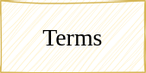
Before: diagrams/terms/aggregate.svg, a diagram exported from draw.io (gudfhr95/micro-ecommerce). Source tidied: cells renumbered, new cells last; positions are measured from the earlier drawing's top-left corner, leaving out a move shared by most shapes. Source of this version:
```xml
<mxGraphModel>
  <root>
    <mxCell id="0" />
    <mxCell id="1" parent="0" />
    <mxCell id="2" value="Terms" style="rounded=0;whiteSpace=wrap;html=1;sketch=1;hachureGap=4;jiggle=2;curveFitting=1;fontFamily=Architects Daughter;fontSource=https%3A%2F%2Ffonts.googleapis.com%2Fcss%3Ffamily%3DArchitects%2BDaughter;fontSize=20;fillColor=#fff2cc;strokeColor=#d6b656;" parent="1" vertex="1">
      <mxGeometry width="120" height="60" as="geometry" />
    </mxCell>
  </root>
</mxGraphModel>
```
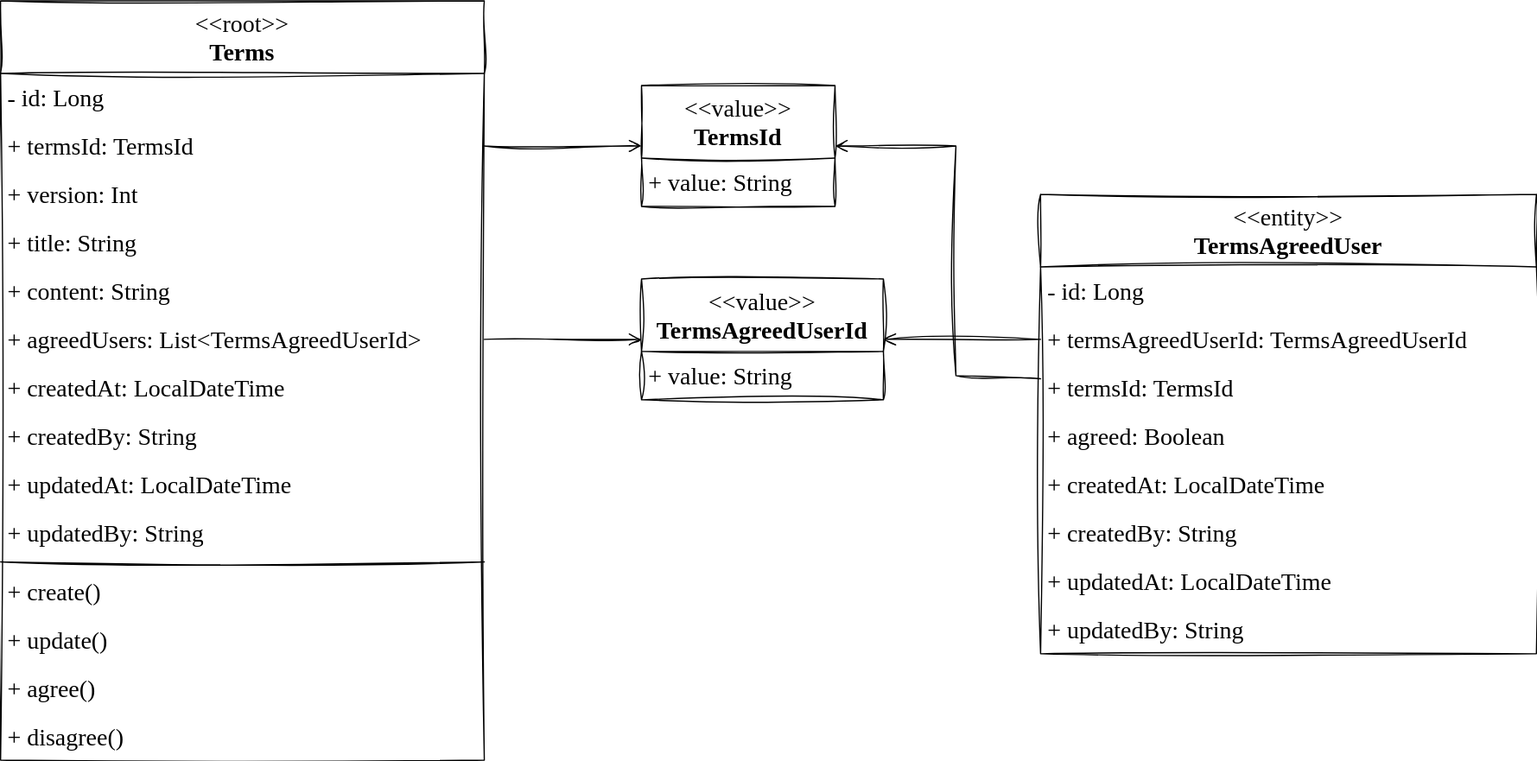
The same diagram one commit later.

Diff of the diagram source:
```diff
@@ -2,8 +2,109 @@
   <root>
     <mxCell id="0" />
     <mxCell id="1" parent="0" />
-    <mxCell id="2" value="Terms" style="rounded=0;whiteSpace=wrap;html=1;sketch=1;hachureGap=4;jiggle=2;curveFitting=1;fontFamily=Architects Daughter;fontSource=https%3A%2F%2Ffonts.googleapis.com%2Fcss%3Ffamily%3DArchitects%2BDaughter;fontSize=20;fillColor=#fff2cc;strokeColor=#d6b656;" parent="1" vertex="1">
-      <mxGeometry width="120" height="60" as="geometry" />
-    </mxCell>
+    <mxCell id="3" value="&amp;lt;&amp;lt;root&amp;gt;&amp;gt;&lt;br&gt;&lt;b&gt;Terms&lt;/b&gt;" style="swimlane;fontStyle=0;align=center;verticalAlign=top;horizontal=1;startSize=60;html=1;whiteSpace=wrap;sketch=1;hachureGap=4;jiggle=2;curveFitting=1;fontFamily=Architects Daughter;fontSource=https%3A%2F%2Ffonts.googleapis.com%2Fcss%3Ffamily%3DArchitects%2BDaughter;fontSize=20;" parent="1" vertex="1">
+      <mxGeometry x="-260" y="150" width="400" height="628" as="geometry" />
+    </mxCell>
+    <mxCell id="4" value="- id: Long" style="text;html=1;strokeColor=none;fillColor=none;align=left;verticalAlign=middle;spacingLeft=4;spacingRight=4;overflow=hidden;whiteSpace=wrap;fontSize=20;fontFamily=Architects Daughter;" parent="3" vertex="1">
+      <mxGeometry y="60" width="400" height="40" as="geometry" />
+    </mxCell>
+    <mxCell id="5" value="+ termsId: TermsId" style="text;html=1;strokeColor=none;fillColor=none;align=left;verticalAlign=middle;spacingLeft=4;spacingRight=4;overflow=hidden;points=[[0,0.5],[1,0.5]];portConstraint=eastwest;whiteSpace=wrap;fontSize=20;fontFamily=Architects Daughter;" parent="3" vertex="1">
+      <mxGeometry y="100" width="400" height="40" as="geometry" />
+    </mxCell>
+    <mxCell id="6" value="+ version: Int" style="text;html=1;strokeColor=none;fillColor=none;align=left;verticalAlign=middle;spacingLeft=4;spacingRight=4;overflow=hidden;whiteSpace=wrap;fontSize=20;fontFamily=Architects Daughter;" parent="3" vertex="1">
+      <mxGeometry y="140" width="400" height="40" as="geometry" />
+    </mxCell>
+    <mxCell id="7" value="+ title: String" style="text;html=1;strokeColor=none;fillColor=none;align=left;verticalAlign=middle;spacingLeft=4;spacingRight=4;overflow=hidden;whiteSpace=wrap;fontSize=20;fontFamily=Architects Daughter;" parent="3" vertex="1">
+      <mxGeometry y="180" width="400" height="40" as="geometry" />
+    </mxCell>
+    <mxCell id="8" value="+ content: String" style="text;html=1;strokeColor=none;fillColor=none;align=left;verticalAlign=middle;spacingLeft=4;spacingRight=4;overflow=hidden;whiteSpace=wrap;fontSize=20;fontFamily=Architects Daughter;" parent="3" vertex="1">
+      <mxGeometry y="220" width="400" height="40" as="geometry" />
+    </mxCell>
+    <mxCell id="9" value="+ agreedUsers: List&amp;lt;TermsAgreedUserId&amp;gt;" style="text;html=1;strokeColor=none;fillColor=none;align=left;verticalAlign=middle;spacingLeft=4;spacingRight=4;overflow=hidden;points=[[0,0.5],[1,0.5]];portConstraint=eastwest;whiteSpace=wrap;fontSize=20;fontFamily=Architects Daughter;" parent="3" vertex="1">
+      <mxGeometry y="260" width="400" height="40" as="geometry" />
+    </mxCell>
+    <mxCell id="10" value="+ createdAt: LocalDateTime" style="text;html=1;strokeColor=none;fillColor=none;align=left;verticalAlign=middle;spacingLeft=4;spacingRight=4;overflow=hidden;whiteSpace=wrap;fontSize=20;fontFamily=Architects Daughter;" parent="3" vertex="1">
+      <mxGeometry y="300" width="400" height="40" as="geometry" />
+    </mxCell>
+    <mxCell id="11" value="+ createdBy: String" style="text;html=1;strokeColor=none;fillColor=none;align=left;verticalAlign=middle;spacingLeft=4;spacingRight=4;overflow=hidden;whiteSpace=wrap;fontSize=20;fontFamily=Architects Daughter;" parent="3" vertex="1">
+      <mxGeometry y="340" width="400" height="40" as="geometry" />
+    </mxCell>
+    <mxCell id="12" value="+ updatedAt: LocalDateTime" style="text;html=1;strokeColor=none;fillColor=none;align=left;verticalAlign=middle;spacingLeft=4;spacingRight=4;overflow=hidden;whiteSpace=wrap;fontSize=20;fontFamily=Architects Daughter;" parent="3" vertex="1">
+      <mxGeometry y="380" width="400" height="40" as="geometry" />
+    </mxCell>
+    <mxCell id="13" value="+ updatedBy: String" style="text;html=1;strokeColor=none;fillColor=none;align=left;verticalAlign=middle;spacingLeft=4;spacingRight=4;overflow=hidden;whiteSpace=wrap;fontSize=20;fontFamily=Architects Daughter;" parent="3" vertex="1">
+      <mxGeometry y="420" width="400" height="40" as="geometry" />
+    </mxCell>
+    <mxCell id="14" style="line;strokeWidth=1;fillColor=none;align=left;verticalAlign=middle;spacingTop=-1;spacingLeft=3;spacingRight=3;labelPosition=right;sketch=1;hachureGap=4;jiggle=2;curveFitting=1;fontFamily=Architects Daughter;fontSource=https%3A%2F%2Ffonts.googleapis.com%2Fcss%3Ffamily%3DArchitects%2BDaughter;fontSize=20;" parent="3" vertex="1">
+      <mxGeometry y="460" width="400" height="8" as="geometry" />
+    </mxCell>
+    <mxCell id="15" value="+ create()" style="text;html=1;strokeColor=none;fillColor=none;align=left;verticalAlign=middle;spacingLeft=4;spacingRight=4;overflow=hidden;whiteSpace=wrap;fontSize=20;fontFamily=Architects Daughter;" parent="3" vertex="1">
+      <mxGeometry y="468" width="400" height="40" as="geometry" />
+    </mxCell>
+    <mxCell id="16" value="+ update()" style="text;html=1;strokeColor=none;fillColor=none;align=left;verticalAlign=middle;spacingLeft=4;spacingRight=4;overflow=hidden;whiteSpace=wrap;fontSize=20;fontFamily=Architects Daughter;" parent="3" vertex="1">
+      <mxGeometry y="508" width="400" height="40" as="geometry" />
+    </mxCell>
+    <mxCell id="17" value="+ agree()" style="text;html=1;strokeColor=none;fillColor=none;align=left;verticalAlign=middle;spacingLeft=4;spacingRight=4;overflow=hidden;whiteSpace=wrap;fontSize=20;fontFamily=Architects Daughter;" parent="3" vertex="1">
+      <mxGeometry y="548" width="400" height="40" as="geometry" />
+    </mxCell>
+    <mxCell id="18" value="+ disagree()" style="text;html=1;strokeColor=none;fillColor=none;align=left;verticalAlign=middle;spacingLeft=4;spacingRight=4;overflow=hidden;whiteSpace=wrap;fontSize=20;fontFamily=Architects Daughter;" parent="3" vertex="1">
+      <mxGeometry y="588" width="400" height="40" as="geometry" />
+    </mxCell>
+    <mxCell id="19" value="&amp;lt;&amp;lt;value&amp;gt;&amp;gt;&lt;br&gt;&lt;b&gt;TermsId&lt;/b&gt;" style="swimlane;fontStyle=0;align=center;verticalAlign=top;horizontal=1;startSize=60;html=1;whiteSpace=wrap;sketch=1;hachureGap=4;jiggle=2;curveFitting=1;fontFamily=Architects Daughter;fontSource=https%3A%2F%2Ffonts.googleapis.com%2Fcss%3Ffamily%3DArchitects%2BDaughter;fontSize=20;" parent="1" vertex="1">
+      <mxGeometry x="270" y="220" width="160" height="100" as="geometry" />
+    </mxCell>
+    <mxCell id="20" value="+ value: String" style="text;html=1;strokeColor=none;fillColor=none;align=left;verticalAlign=middle;spacingLeft=4;spacingRight=4;overflow=hidden;whiteSpace=wrap;fontSize=20;fontFamily=Architects Daughter;" parent="19" vertex="1">
+      <mxGeometry y="60" width="160" height="40" as="geometry" />
+    </mxCell>
+    <mxCell id="21" style="endArrow=open;startArrow=none;endFill=0;startFill=0;endSize=8;html=1;verticalAlign=bottom;labelBackgroundColor=none;strokeWidth=1;rounded=0;sketch=1;hachureGap=4;jiggle=2;curveFitting=1;fontFamily=Architects Daughter;fontSource=https%3A%2F%2Ffonts.googleapis.com%2Fcss%3Ffamily%3DArchitects%2BDaughter;fontSize=16;exitX=1;exitY=0.5;exitDx=0;exitDy=0;" parent="1" edge="1" source="5" target="19">
+      <mxGeometry relative="1" as="geometry" />
+    </mxCell>
+    <mxCell id="22" value="&amp;lt;&amp;lt;value&amp;gt;&amp;gt;&lt;br&gt;&lt;b&gt;TermsAgreedUserId&lt;/b&gt;" style="swimlane;fontStyle=0;align=center;verticalAlign=top;horizontal=1;startSize=60;html=1;whiteSpace=wrap;sketch=1;hachureGap=4;jiggle=2;curveFitting=1;fontFamily=Architects Daughter;fontSource=https%3A%2F%2Ffonts.googleapis.com%2Fcss%3Ffamily%3DArchitects%2BDaughter;fontSize=20;" parent="1" vertex="1">
+      <mxGeometry x="270" y="380" width="200" height="100" as="geometry" />
+    </mxCell>
+    <mxCell id="23" value="+ value: String" style="text;html=1;strokeColor=none;fillColor=none;align=left;verticalAlign=middle;spacingLeft=4;spacingRight=4;overflow=hidden;whiteSpace=wrap;fontSize=20;fontFamily=Architects Daughter;" parent="22" vertex="1">
+      <mxGeometry y="60" width="200" height="40" as="geometry" />
+    </mxCell>
+    <mxCell id="24" style="endArrow=open;startArrow=none;endFill=0;startFill=0;endSize=8;html=1;verticalAlign=bottom;labelBackgroundColor=none;strokeWidth=1;rounded=0;sketch=1;hachureGap=4;jiggle=2;curveFitting=1;fontFamily=Architects Daughter;fontSource=https%3A%2F%2Ffonts.googleapis.com%2Fcss%3Ffamily%3DArchitects%2BDaughter;fontSize=16;exitX=1;exitY=0.5;exitDx=0;exitDy=0;" parent="1" edge="1" source="9" target="22">
+      <mxGeometry relative="1" as="geometry" />
+    </mxCell>
+    <mxCell id="25" value="&amp;lt;&amp;lt;entity&amp;gt;&amp;gt;&lt;br&gt;&lt;b&gt;TermsAgreedUser&lt;/b&gt;" style="swimlane;fontStyle=0;align=center;verticalAlign=top;horizontal=1;startSize=60;html=1;whiteSpace=wrap;sketch=1;hachureGap=4;jiggle=2;curveFitting=1;fontFamily=Architects Daughter;fontSource=https%3A%2F%2Ffonts.googleapis.com%2Fcss%3Ffamily%3DArchitects%2BDaughter;fontSize=20;" parent="1" vertex="1">
+      <mxGeometry x="600" y="310" width="410" height="380" as="geometry" />
+    </mxCell>
+    <mxCell id="26" value="- id: Long" style="text;html=1;strokeColor=none;fillColor=none;align=left;verticalAlign=middle;spacingLeft=4;spacingRight=4;overflow=hidden;whiteSpace=wrap;fontSize=20;fontFamily=Architects Daughter;" parent="25" vertex="1">
+      <mxGeometry y="60" width="410" height="40" as="geometry" />
+    </mxCell>
+    <mxCell id="27" value="+ termsAgreedUserId: TermsAgreedUserId" style="text;html=1;strokeColor=none;fillColor=none;align=left;verticalAlign=middle;spacingLeft=4;spacingRight=4;overflow=hidden;points=[[0,0.5],[1,0.5]];portConstraint=eastwest;whiteSpace=wrap;fontSize=20;fontFamily=Architects Daughter;" parent="25" vertex="1">
+      <mxGeometry y="100" width="410" height="40" as="geometry" />
+    </mxCell>
+    <mxCell id="28" value="+ termsId: TermsId" style="text;html=1;strokeColor=none;fillColor=none;align=left;verticalAlign=middle;spacingLeft=4;spacingRight=4;overflow=hidden;points=[[0,0.5],[1,0.5]];portConstraint=eastwest;whiteSpace=wrap;fontSize=20;fontFamily=Architects Daughter;" parent="25" vertex="1">
+      <mxGeometry y="140" width="410" height="40" as="geometry" />
+    </mxCell>
+    <mxCell id="29" value="+ agreed: Boolean" style="text;html=1;strokeColor=none;fillColor=none;align=left;verticalAlign=middle;spacingLeft=4;spacingRight=4;overflow=hidden;whiteSpace=wrap;fontSize=20;fontFamily=Architects Daughter;" parent="25" vertex="1">
+      <mxGeometry y="180" width="410" height="40" as="geometry" />
+    </mxCell>
+    <mxCell id="30" value="+ createdAt: LocalDateTime" style="text;html=1;strokeColor=none;fillColor=none;align=left;verticalAlign=middle;spacingLeft=4;spacingRight=4;overflow=hidden;whiteSpace=wrap;fontSize=20;fontFamily=Architects Daughter;" parent="25" vertex="1">
+      <mxGeometry y="220" width="410" height="40" as="geometry" />
+    </mxCell>
+    <mxCell id="31" value="+ createdBy: String" style="text;html=1;strokeColor=none;fillColor=none;align=left;verticalAlign=middle;spacingLeft=4;spacingRight=4;overflow=hidden;whiteSpace=wrap;fontSize=20;fontFamily=Architects Daughter;" parent="25" vertex="1">
+      <mxGeometry y="260" width="410" height="40" as="geometry" />
+    </mxCell>
+    <mxCell id="32" value="+ updatedAt: LocalDateTime" style="text;html=1;strokeColor=none;fillColor=none;align=left;verticalAlign=middle;spacingLeft=4;spacingRight=4;overflow=hidden;whiteSpace=wrap;fontSize=20;fontFamily=Architects Daughter;" parent="25" vertex="1">
+      <mxGeometry y="300" width="410" height="40" as="geometry" />
+    </mxCell>
+    <mxCell id="33" value="+ updatedBy: String" style="text;html=1;strokeColor=none;fillColor=none;align=left;verticalAlign=middle;spacingLeft=4;spacingRight=4;overflow=hidden;whiteSpace=wrap;fontSize=20;fontFamily=Architects Daughter;" parent="25" vertex="1">
+      <mxGeometry y="340" width="410" height="40" as="geometry" />
+    </mxCell>
+    <mxCell id="34" style="endArrow=open;startArrow=none;endFill=0;startFill=0;endSize=8;html=1;verticalAlign=bottom;labelBackgroundColor=none;strokeWidth=1;rounded=0;sketch=1;hachureGap=4;jiggle=2;curveFitting=1;fontFamily=Architects Daughter;fontSource=https%3A%2F%2Ffonts.googleapis.com%2Fcss%3Ffamily%3DArchitects%2BDaughter;fontSize=16;" parent="1" edge="1" source="27" target="22">
+      <mxGeometry relative="1" as="geometry" />
+    </mxCell>
+    <mxCell id="35" style="endArrow=open;startArrow=none;endFill=0;startFill=0;endSize=8;html=1;verticalAlign=bottom;labelBackgroundColor=none;strokeWidth=1;rounded=0;sketch=1;hachureGap=4;jiggle=2;curveFitting=1;fontFamily=Architects Daughter;fontSource=https%3A%2F%2Ffonts.googleapis.com%2Fcss%3Ffamily%3DArchitects%2BDaughter;fontSize=16;" parent="1" edge="1" source="28" target="19">
+      <mxGeometry relative="1" as="geometry">
+        <Array as="points">
+          <mxPoint x="530" y="460" />
+          <mxPoint x="530" y="270" />
+        </Array>
+      </mxGeometry>
+    </mxCell>
   </root>
 </mxGraphModel>
```
